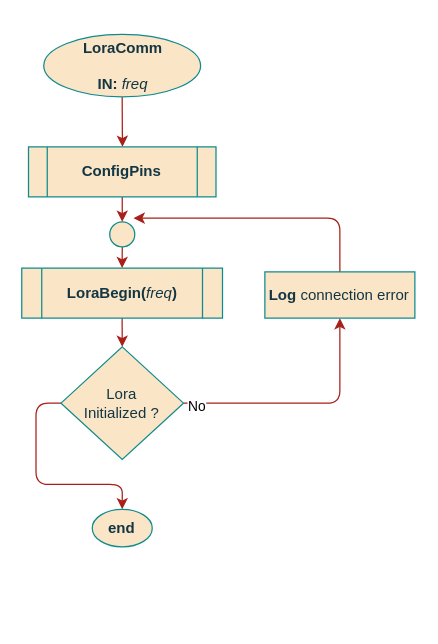
This is page "Constructor" (2 of 4) of documentation/flowcharts/02Classes/CLoraComm.drawio from ESRGgroup9/slipad, a draw.io file, before an edit. Source tidied: cells renumbered, new cells numbered last; positions are measured from the earlier drawing's top-left corner, leaving out a move shared by most shapes. Both pictures are drawn from the tidied source at 125%, with x=0, y=0 at pixel (21, 34).
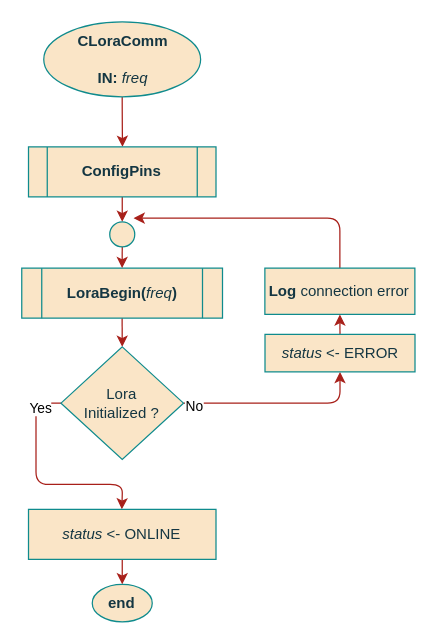
After the change.

The change refers to these unchanged cells:
```xml
<mxCell id="11" value="&lt;div&gt;Lora&lt;/div&gt;&lt;div&gt;Initialized ?&lt;/div&gt;" style="rhombus;whiteSpace=wrap;html=1;rounded=0;sketch=0;fontColor=#143642;strokeColor=#0F8B8D;fillColor=#FAE5C7;" parent="1" vertex="1">
  <mxGeometry x="31.3" y="250" width="98" height="90" as="geometry" />
</mxCell>
```

Diff of the diagram source:
```diff
@@
-    <mxCell id="3" value="&lt;div&gt;LoraComm&lt;/div&gt;&lt;div&gt;&lt;br&gt;&lt;/div&gt;&lt;div&gt;IN: &lt;span style=&quot;font-weight: normal&quot;&gt;&lt;i&gt;freq&lt;/i&gt;&lt;/span&gt;&lt;br&gt;&lt;/div&gt;" style="ellipse;whiteSpace=wrap;html=1;fillColor=#FAE5C7;strokeColor=#0F8B8D;fontColor=#143642;fontStyle=1;" parent="1" vertex="1">
-      <mxGeometry x="17.5" width="125.5" height="50" as="geometry" />
+    <mxCell id="3" value="&lt;div&gt;CLoraComm&lt;/div&gt;&lt;div&gt;&lt;br&gt;&lt;/div&gt;&lt;div&gt;IN: &lt;span style=&quot;font-weight: normal&quot;&gt;&lt;i&gt;freq&lt;/i&gt;&lt;/span&gt;&lt;br&gt;&lt;/div&gt;" style="ellipse;whiteSpace=wrap;html=1;fillColor=#FAE5C7;strokeColor=#0F8B8D;fontColor=#143642;fontStyle=1;" parent="1" vertex="1">
+      <mxGeometry x="17.5" y="-10" width="125.5" height="60" as="geometry" />
     </mxCell>
     <mxCell id="4" value="end" style="ellipse;whiteSpace=wrap;html=1;fillColor=#FAE5C7;strokeColor=#0F8B8D;fontColor=#143642;fontStyle=1;" parent="1" vertex="1">
-      <mxGeometry x="56.3" y="380" width="48" height="30" as="geometry" />
+      <mxGeometry x="56.3" y="440" width="48" height="30" as="geometry" />
     </mxCell>
@@
-    <mxCell id="8" style="edgeStyle=orthogonalEdgeStyle;rounded=1;jettySize=auto;html=1;exitX=1;exitY=0.5;exitDx=0;exitDy=0;entryX=0.5;entryY=1;entryDx=0;entryDy=0;fontSize=11;strokeColor=#A8201A;" parent="1" edge="1" source="11" target="16">
+    <mxCell id="8" style="edgeStyle=orthogonalEdgeStyle;rounded=1;jettySize=auto;html=1;exitX=1;exitY=0.5;exitDx=0;exitDy=0;entryX=0.5;entryY=1;entryDx=0;entryDy=0;fontSize=11;strokeColor=#A8201A;" parent="1" edge="1" source="11" target="21">
       <mxGeometry relative="1" as="geometry" />
     </mxCell>
@@
-    <mxCell id="10" style="edgeStyle=orthogonalEdgeStyle;rounded=1;jettySize=auto;html=1;exitX=0;exitY=0.5;exitDx=0;exitDy=0;entryX=0.5;entryY=0;entryDx=0;entryDy=0;strokeColor=#A8201A;" parent="1" edge="1" source="11" target="4">
-      <mxGeometry relative="1" as="geometry" />
+    <mxCell id="10" style="edgeStyle=orthogonalEdgeStyle;rounded=1;jettySize=auto;html=1;exitX=0;exitY=0.5;exitDx=0;exitDy=0;strokeColor=#A8201A;" parent="1" edge="1" source="11">
+      <mxGeometry relative="1" as="geometry">
+        <mxPoint x="80" y="380" as="targetPoint" />
+      </mxGeometry>
     </mxCell>
+    <mxCell id="17" value="Yes" style="edgeLabel;html=1;align=center;verticalAlign=middle;" parent="10" vertex="1">
+      <mxGeometry x="-0.81" y="3" relative="1" as="geometry" />
+    </mxCell>
@@
     <mxCell id="16" value="&lt;b&gt;Log&lt;/b&gt; connection error" style="rounded=0;whiteSpace=wrap;html=1;sketch=0;fontColor=#143642;strokeColor=#0F8B8D;fillColor=#FAE5C7;" parent="1" vertex="1">
-      <mxGeometry x="194.4" y="190" width="120" height="37" as="geometry" />
+      <mxGeometry x="194.4" y="187" width="120" height="37" as="geometry" />
     </mxCell>
+    <mxCell id="18" style="edgeStyle=orthogonalEdgeStyle;rounded=1;jettySize=auto;html=1;exitX=0.5;exitY=1;exitDx=0;exitDy=0;entryX=0.5;entryY=0;entryDx=0;entryDy=0;strokeColor=#A8201A;" parent="1" edge="1" source="19" target="4">
+      <mxGeometry relative="1" as="geometry" />
+    </mxCell>
+    <mxCell id="19" value="&lt;i&gt;status&lt;/i&gt; &amp;lt;- ONLINE" style="rounded=0;whiteSpace=wrap;html=1;sketch=0;fontColor=#143642;strokeColor=#0F8B8D;fillColor=#FAE5C7;" parent="1" vertex="1">
+      <mxGeometry x="5.3" y="380" width="150" height="40" as="geometry" />
+    </mxCell>
+    <mxCell id="20" style="edgeStyle=orthogonalEdgeStyle;rounded=1;jettySize=auto;html=1;exitX=0.5;exitY=0;exitDx=0;exitDy=0;entryX=0.5;entryY=1;entryDx=0;entryDy=0;strokeColor=#A8201A;" parent="1" edge="1" source="21" target="16">
+      <mxGeometry relative="1" as="geometry" />
+    </mxCell>
+    <mxCell id="21" value="&lt;i&gt;status&lt;/i&gt; &amp;lt;- ERROR" style="rounded=0;whiteSpace=wrap;html=1;sketch=0;fontColor=#143642;strokeColor=#0F8B8D;fillColor=#FAE5C7;" parent="1" vertex="1">
+      <mxGeometry x="194.5" y="240" width="120" height="30" as="geometry" />
+    </mxCell>
```
